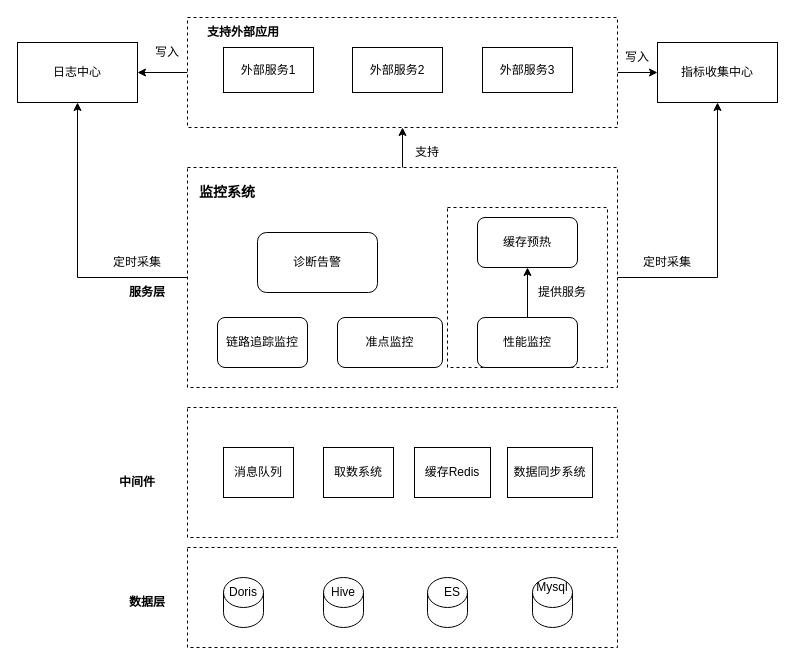
The draw.io diagram 总体架构.drawio in tiankuanyu/test, before the edit. Source tidied: cells renumbered, new cells numbered last; positions are measured from the earlier drawing's top-left corner, leaving out a move shared by most shapes. Both pictures are drawn from the tidied source at 100%, with x=0, y=0 at pixel (17, 17).
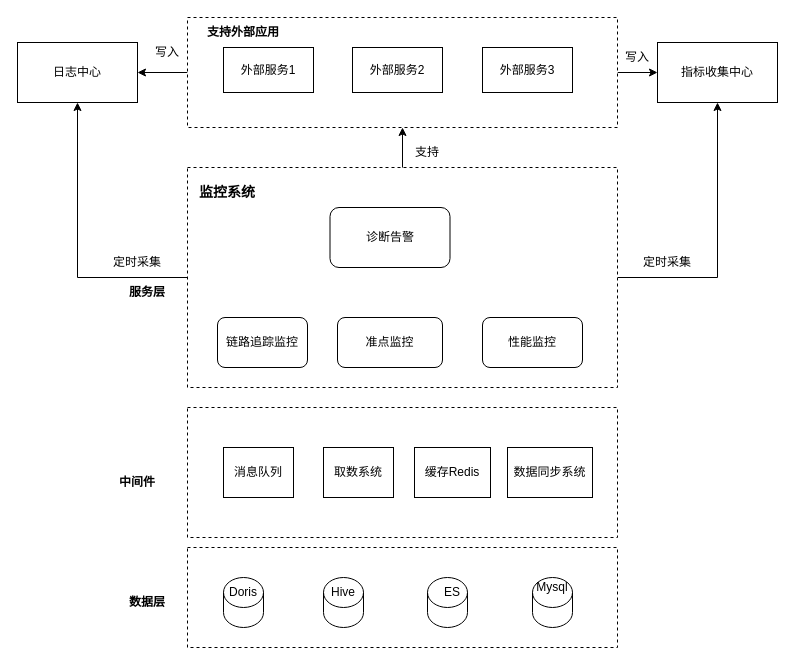
The same diagram, later.

Commit message:
更新总体架构.drawio

The edit, as a diff of the source:
```diff
@@
-    <mxCell id="23" style="rounded=0;whiteSpace=wrap;html=1;dashed=1;" parent="1" vertex="1">
-      <mxGeometry x="430" y="190" width="160" height="160" as="geometry" />
-    </mxCell>
-    <mxCell id="24" style="edgeStyle=orthogonalEdgeStyle;rounded=0;jettySize=auto;html=1;exitX=0.5;exitY=0;exitDx=0;exitDy=0;entryX=0.5;entryY=1;entryDx=0;entryDy=0;" parent="1" edge="1" source="25" target="27">
-      <mxGeometry relative="1" as="geometry" />
-    </mxCell>
     <mxCell id="25" value="性能监控" style="rounded=1;whiteSpace=wrap;html=1;" parent="1" vertex="1">
-      <mxGeometry x="460" y="300" width="100" height="50" as="geometry" />
+      <mxGeometry x="465" y="300" width="100" height="50" as="geometry" />
     </mxCell>
@@
-    <mxCell id="27" value="缓存预热" style="rounded=1;whiteSpace=wrap;html=1;" parent="1" vertex="1">
-      <mxGeometry x="460" y="200" width="100" height="50" as="geometry" />
-    </mxCell>
@@
     <mxCell id="41" value="诊断告警" style="rounded=1;whiteSpace=wrap;html=1;" parent="1" vertex="1">
-      <mxGeometry x="240" y="215" width="120" height="60" as="geometry" />
+      <mxGeometry x="312.5" y="190" width="120" height="60" as="geometry" />
     </mxCell>
@@
-    <mxCell id="45" value="提供服务" style="text;html=1;align=center;verticalAlign=middle;whiteSpace=wrap;rounded=0;" parent="1" vertex="1">
-      <mxGeometry x="515" y="260" width="60" height="30" as="geometry" />
-    </mxCell>
```
